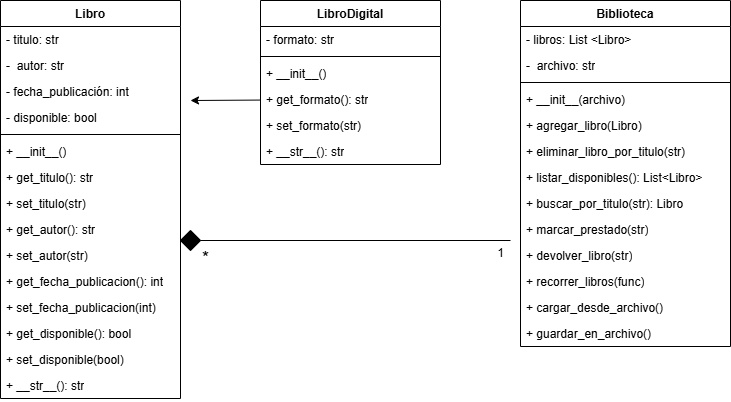
CatalinaMonserrat/-M4_Evaluaci-n_del_modulo keeps this draw.io diagram as diagrama.drawio.png. Above is the earlier version. Source tidied: cells renumbered, new cells last; positions are measured from the earlier drawing's top-left corner, leaving out a move shared by most shapes.
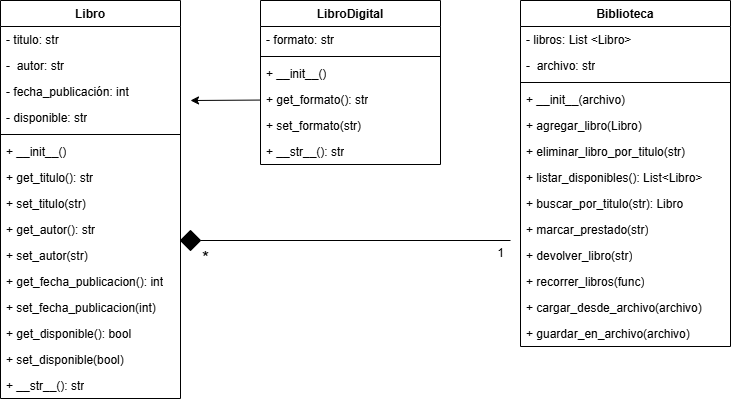
The same file after the commit.

The edit, as a diff of the source:
```diff
@@ -14,7 +14,7 @@
     <mxCell id="5" value="- fecha_publicación: int" style="text;strokeColor=none;fillColor=none;align=left;verticalAlign=top;spacingLeft=4;spacingRight=4;overflow=hidden;whiteSpace=wrap;html=1;" parent="2" vertex="1">
       <mxGeometry y="78" width="180" height="26" as="geometry" />
     </mxCell>
-    <mxCell id="6" value="- disponible: bool" style="text;strokeColor=none;fillColor=none;align=left;verticalAlign=top;spacingLeft=4;spacingRight=4;overflow=hidden;whiteSpace=wrap;html=1;" parent="2" vertex="1">
+    <mxCell id="6" value="- disponible: str" style="text;strokeColor=none;fillColor=none;align=left;verticalAlign=top;spacingLeft=4;spacingRight=4;overflow=hidden;whiteSpace=wrap;html=1;" parent="2" vertex="1">
       <mxGeometry y="104" width="180" height="26" as="geometry" />
     </mxCell>
     <mxCell id="7" style="line;strokeWidth=1;fillColor=none;align=left;verticalAlign=middle;spacingTop=-1;spacingLeft=3;spacingRight=3;labelPosition=right;strokeColor=inherit;" parent="2" vertex="1">
@@ -107,10 +107,10 @@
     <mxCell id="36" value="+ recorrer_libros(func)" style="text;strokeColor=none;fillColor=none;align=left;verticalAlign=top;spacingLeft=4;spacingRight=4;overflow=hidden;whiteSpace=wrap;html=1;" parent="25" vertex="1">
       <mxGeometry y="268" width="210" height="26" as="geometry" />
     </mxCell>
-    <mxCell id="37" value="+ cargar_desde_archivo()" style="text;strokeColor=none;fillColor=none;align=left;verticalAlign=top;spacingLeft=4;spacingRight=4;overflow=hidden;whiteSpace=wrap;html=1;" parent="25" vertex="1">
+    <mxCell id="37" value="+ cargar_desde_archivo(archivo)" style="text;strokeColor=none;fillColor=none;align=left;verticalAlign=top;spacingLeft=4;spacingRight=4;overflow=hidden;whiteSpace=wrap;html=1;" parent="25" vertex="1">
       <mxGeometry y="294" width="210" height="26" as="geometry" />
     </mxCell>
-    <mxCell id="38" value="+ guardar_en_archivo()" style="text;strokeColor=none;fillColor=none;align=left;verticalAlign=top;spacingLeft=4;spacingRight=4;overflow=hidden;whiteSpace=wrap;html=1;" parent="25" vertex="1">
+    <mxCell id="38" value="+ guardar_en_archivo(archivo)" style="text;strokeColor=none;fillColor=none;align=left;verticalAlign=top;spacingLeft=4;spacingRight=4;overflow=hidden;whiteSpace=wrap;html=1;" parent="25" vertex="1">
       <mxGeometry y="320" width="210" height="26" as="geometry" />
     </mxCell>
     <mxCell id="39" style="edgeStyle=none;html=1;" parent="1" edge="1" source="22">
```
